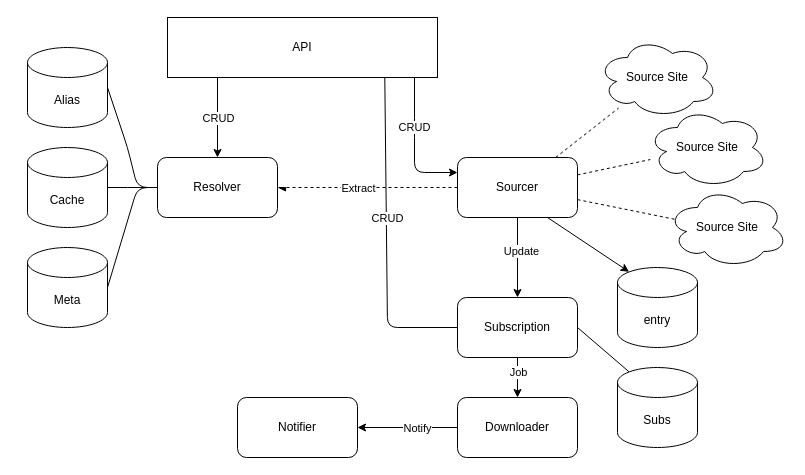
George-Miao/forrit keeps this draw.io diagram as draft/arch.drawio. Above is the earlier version. Source tidied: cells renumbered, new cells numbered last; positions are measured from the earlier drawing's top-left corner, leaving out a move shared by most shapes. Both pictures are drawn from the tidied source at 100%, with x=0, y=0 at pixel (27, 17).
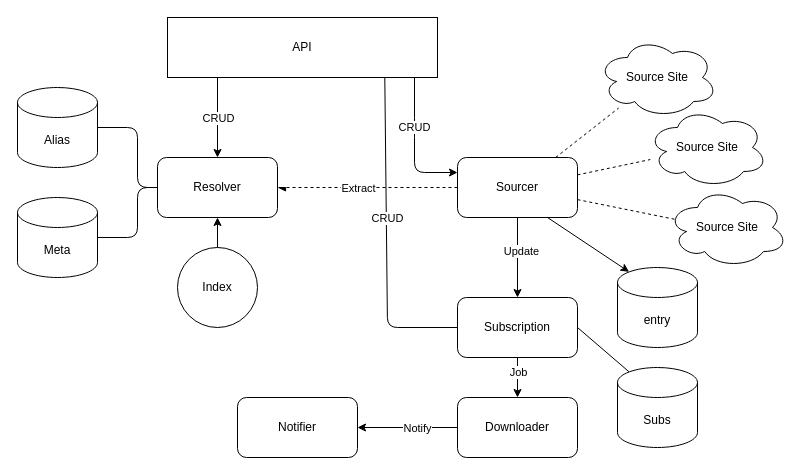
Above is the later version.

The change refers to these unchanged cells:
```xml
<mxCell id="7" value="Resolver" style="rounded=1;whiteSpace=wrap;html=1;labelBorderColor=none;fontColor=default;" parent="1" vertex="1">
  <mxGeometry x="130" y="140" width="120" height="60" as="geometry" />
</mxCell>
```

Change to the diagram source:
```diff
@@
     <mxCell id="6" style="edgeStyle=none;html=1;endArrow=none;endFill=0;exitX=0;exitY=0.5;exitDx=0;exitDy=0;entryX=1;entryY=0.5;entryDx=0;entryDy=0;entryPerimeter=0;" parent="1" edge="1" source="7" target="40">
       <mxGeometry relative="1" as="geometry">
         <Array as="points">
           <mxPoint x="110" y="170" />
+          <mxPoint x="110" y="220" />
         </Array>
       </mxGeometry>
     </mxCell>
@@
-    <mxCell id="8" style="edgeStyle=none;html=1;exitX=1;exitY=0.5;exitDx=0;exitDy=0;exitPerimeter=0;entryX=0;entryY=0.5;entryDx=0;entryDy=0;endArrow=none;endFill=0;labelBorderColor=none;fontColor=default;" parent="1" edge="1" source="9" target="7">
-      <mxGeometry relative="1" as="geometry">
-        <Array as="points">
-          <mxPoint x="110" y="170" />
-        </Array>
-      </mxGeometry>
-    </mxCell>
-    <mxCell id="9" value="Cache" style="shape=cylinder3;whiteSpace=wrap;html=1;boundedLbl=1;backgroundOutline=1;size=15;labelBorderColor=none;fontColor=default;" parent="1" vertex="1">
-      <mxGeometry y="130" width="80" height="80" as="geometry" />
-    </mxCell>
     <mxCell id="10" style="edgeStyle=none;html=1;exitX=1;exitY=0.5;exitDx=0;exitDy=0;exitPerimeter=0;entryX=0;entryY=0.5;entryDx=0;entryDy=0;endArrow=none;endFill=0;labelBorderColor=none;fontColor=default;" parent="1" edge="1" source="11" target="7">
       <mxGeometry relative="1" as="geometry">
         <Array as="points">
-          <mxPoint x="100" y="130" />
+          <mxPoint x="110" y="110" />
           <mxPoint x="110" y="170" />
         </Array>
       </mxGeometry>
     </mxCell>
     <mxCell id="11" value="Alias" style="shape=cylinder3;whiteSpace=wrap;html=1;boundedLbl=1;backgroundOutline=1;size=15;labelBorderColor=none;fontColor=default;" parent="1" vertex="1">
-      <mxGeometry y="30" width="80" height="80" as="geometry" />
+      <mxGeometry x="-10" y="70" width="80" height="80" as="geometry" />
     </mxCell>
@@
     <mxCell id="40" value="Meta" style="shape=cylinder3;whiteSpace=wrap;html=1;boundedLbl=1;backgroundOutline=1;size=15;labelBorderColor=none;fontColor=default;" parent="1" vertex="1">
-      <mxGeometry y="230" width="80" height="80" as="geometry" />
+      <mxGeometry x="-10" y="180" width="80" height="80" as="geometry" />
     </mxCell>
+    <mxCell id="41" style="edgeStyle=none;html=1;" parent="1" edge="1" source="42" target="7">
+      <mxGeometry relative="1" as="geometry" />
+    </mxCell>
+    <mxCell id="42" value="Index" style="ellipse;whiteSpace=wrap;html=1;" parent="1" vertex="1">
+      <mxGeometry x="150" y="230" width="80" height="80" as="geometry" />
+    </mxCell>
```
